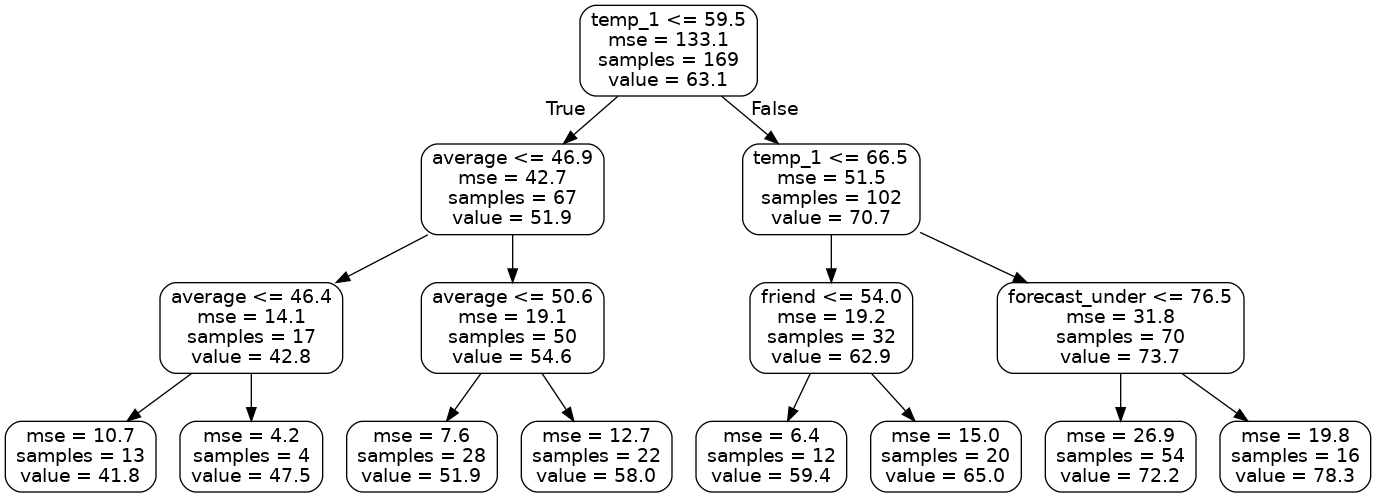
This is lab7/small_tree.png from szanuje/ml, a Graphviz export, as it was before one commit. Its source is kept beside it as lab7/small_tree.dot.
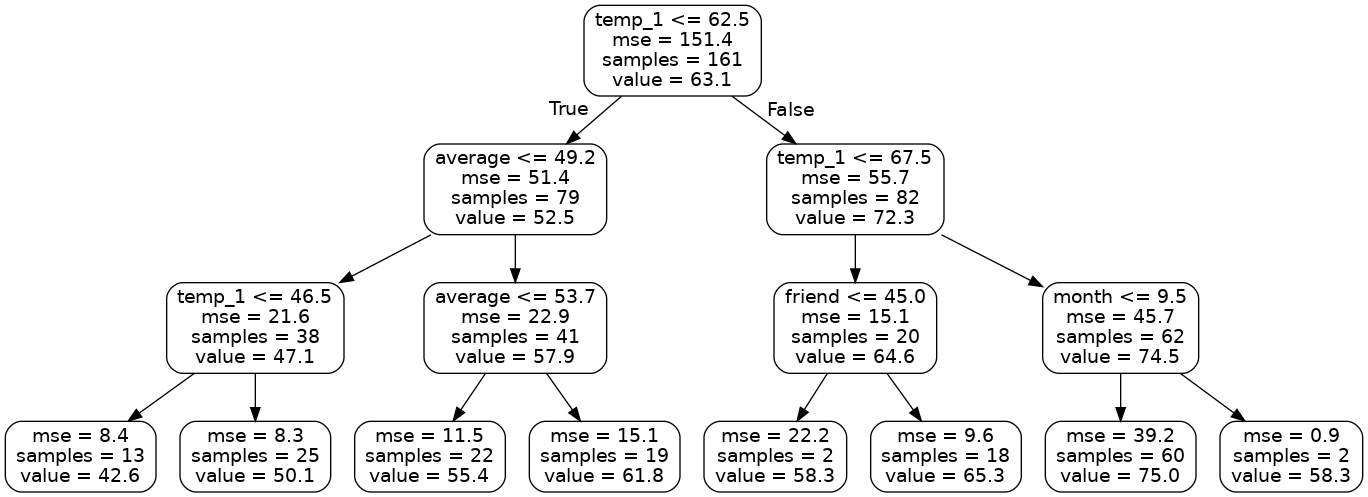
After the change.

Change to the diagram source:
```diff
@@ -1,33 +1,33 @@
 digraph Tree {
 node [shape=box, style="rounded", color="black", fontname=helvetica] ;
 edge [fontname=helvetica] ;
-0 [label="temp_1 <= 59.5\nmse = 133.1\nsamples = 169\nvalue = 63.1"] ;
-1 [label="average <= 46.9\nmse = 42.7\nsamples = 67\nvalue = 51.9"] ;
+0 [label="temp_1 <= 62.5\nmse = 151.4\nsamples = 161\nvalue = 63.1"] ;
+1 [label="average <= 49.2\nmse = 51.4\nsamples = 79\nvalue = 52.5"] ;
 0 -> 1 [labeldistance=2.5, labelangle=45, headlabel="True"] ;
-2 [label="average <= 46.4\nmse = 14.1\nsamples = 17\nvalue = 42.8"] ;
+2 [label="temp_1 <= 46.5\nmse = 21.6\nsamples = 38\nvalue = 47.1"] ;
 1 -> 2 ;
-3 [label="mse = 10.7\nsamples = 13\nvalue = 41.8"] ;
+3 [label="mse = 8.4\nsamples = 13\nvalue = 42.6"] ;
 2 -> 3 ;
-4 [label="mse = 4.2\nsamples = 4\nvalue = 47.5"] ;
+4 [label="mse = 8.3\nsamples = 25\nvalue = 50.1"] ;
 2 -> 4 ;
-5 [label="average <= 50.6\nmse = 19.1\nsamples = 50\nvalue = 54.6"] ;
+5 [label="average <= 53.7\nmse = 22.9\nsamples = 41\nvalue = 57.9"] ;
 1 -> 5 ;
-6 [label="mse = 7.6\nsamples = 28\nvalue = 51.9"] ;
+6 [label="mse = 11.5\nsamples = 22\nvalue = 55.4"] ;
 5 -> 6 ;
-7 [label="mse = 12.7\nsamples = 22\nvalue = 58.0"] ;
+7 [label="mse = 15.1\nsamples = 19\nvalue = 61.8"] ;
 5 -> 7 ;
-8 [label="temp_1 <= 66.5\nmse = 51.5\nsamples = 102\nvalue = 70.7"] ;
+8 [label="temp_1 <= 67.5\nmse = 55.7\nsamples = 82\nvalue = 72.3"] ;
 0 -> 8 [labeldistance=2.5, labelangle=-45, headlabel="False"] ;
-9 [label="friend <= 54.0\nmse = 19.2\nsamples = 32\nvalue = 62.9"] ;
+9 [label="friend <= 45.0\nmse = 15.1\nsamples = 20\nvalue = 64.6"] ;
 8 -> 9 ;
-10 [label="mse = 6.4\nsamples = 12\nvalue = 59.4"] ;
+10 [label="mse = 22.2\nsamples = 2\nvalue = 58.3"] ;
 9 -> 10 ;
-11 [label="mse = 15.0\nsamples = 20\nvalue = 65.0"] ;
+11 [label="mse = 9.6\nsamples = 18\nvalue = 65.3"] ;
 9 -> 11 ;
-12 [label="forecast_under <= 76.5\nmse = 31.8\nsamples = 70\nvalue = 73.7"] ;
+12 [label="month <= 9.5\nmse = 45.7\nsamples = 62\nvalue = 74.5"] ;
 8 -> 12 ;
-13 [label="mse = 26.9\nsamples = 54\nvalue = 72.2"] ;
+13 [label="mse = 39.2\nsamples = 60\nvalue = 75.0"] ;
 12 -> 13 ;
-14 [label="mse = 19.8\nsamples = 16\nvalue = 78.3"] ;
+14 [label="mse = 0.9\nsamples = 2\nvalue = 58.3"] ;
 12 -> 14 ;
 }
```
